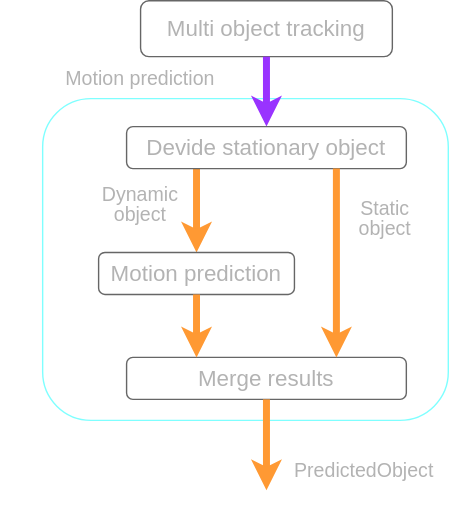
Earlier version of the draw.io export new_perception_proposal/images/motion_prediction.drawio.svg (scepter914/autoware-architecture-proposal). Source tidied: cells renumbered, new cells last; positions are measured from the earlier drawing's top-left corner, leaving out a move shared by most shapes. Its diagram source:
```xml
<mxGraphModel>
  <root>
    <mxCell id="0" />
    <mxCell id="1" parent="0" />
    <mxCell id="2" style="rounded=1;whiteSpace=wrap;html=1;strokeColor=#00FFFF;fillColor=none;fontColor=#B3B3B3;opacity=50;" parent="1" vertex="1">
      <mxGeometry x="30" y="70" width="290" height="230" as="geometry" />
    </mxCell>
    <mxCell id="3" style="endArrow=classic;html=1;strokeColor=#FF9933;exitX=0.25;exitY=1;exitDx=0;exitDy=0;strokeWidth=5;entryX=0.5;entryY=0;entryDx=0;entryDy=0;" parent="1" edge="1" source="11" target="4">
      <mxGeometry relative="1" as="geometry" />
    </mxCell>
    <mxCell id="4" value="&lt;font color=&quot;#b3b3b3&quot;&gt;&lt;span style=&quot;font-size: 16px;&quot;&gt;Motion prediction&lt;/span&gt;&lt;/font&gt;" style="rounded=1;whiteSpace=wrap;html=1;fillColor=none;strokeColor=#666666;" parent="1" vertex="1">
      <mxGeometry x="70" y="180" width="140" height="30" as="geometry" />
    </mxCell>
    <mxCell id="5" value="&lt;p style=&quot;line-height: 100%; font-size: 14px;&quot;&gt;&lt;font style=&quot;font-size: 14px;&quot;&gt;Motion prediction&lt;/font&gt;&lt;/p&gt;" style="text;html=1;strokeColor=none;fillColor=none;align=center;verticalAlign=middle;whiteSpace=wrap;rounded=0;fontSize=14;fontColor=#B3B3B3;" parent="1" vertex="1">
      <mxGeometry y="40" width="200" height="30" as="geometry" />
    </mxCell>
    <mxCell id="6" value="&lt;font color=&quot;#b3b3b3&quot;&gt;&lt;span style=&quot;font-size: 16px;&quot;&gt;Multi object tracking&lt;/span&gt;&lt;/font&gt;" style="rounded=1;whiteSpace=wrap;html=1;fillColor=none;strokeColor=#666666;" parent="1" vertex="1">
      <mxGeometry x="100" width="180" height="40" as="geometry" />
    </mxCell>
    <mxCell id="7" style="endArrow=classic;html=1;strokeColor=#9933FF;strokeWidth=5;exitX=0.5;exitY=1;exitDx=0;exitDy=0;" parent="1" edge="1" source="6" target="11">
      <mxGeometry relative="1" as="geometry" />
    </mxCell>
    <mxCell id="8" value="&lt;font color=&quot;#b3b3b3&quot;&gt;&lt;span style=&quot;font-size: 16px;&quot;&gt;Merge results&lt;/span&gt;&lt;/font&gt;" style="rounded=1;whiteSpace=wrap;html=1;fillColor=none;strokeColor=#666666;" parent="1" vertex="1">
      <mxGeometry x="90" y="255" width="200" height="30" as="geometry" />
    </mxCell>
    <mxCell id="9" value="&lt;p style=&quot;line-height: 100%; font-size: 14px;&quot;&gt;&lt;font style=&quot;font-size: 14px;&quot;&gt;Dynamic object&lt;/font&gt;&lt;/p&gt;" style="text;html=1;strokeColor=none;fillColor=none;align=center;verticalAlign=middle;whiteSpace=wrap;rounded=0;fontSize=14;fontColor=#B3B3B3;" parent="1" vertex="1">
      <mxGeometry x="70" y="130" width="60" height="30" as="geometry" />
    </mxCell>
    <mxCell id="10" value="&lt;p style=&quot;line-height: 100%; font-size: 14px;&quot;&gt;&lt;font style=&quot;font-size: 14px;&quot;&gt;Static object&lt;/font&gt;&lt;/p&gt;" style="text;html=1;strokeColor=none;fillColor=none;align=center;verticalAlign=middle;whiteSpace=wrap;rounded=0;fontSize=14;fontColor=#B3B3B3;" parent="1" vertex="1">
      <mxGeometry x="250" y="140" width="50" height="30" as="geometry" />
    </mxCell>
    <mxCell id="11" value="&lt;span style=&quot;color: rgb(179, 179, 179); font-size: 16px;&quot;&gt;Devide stationary object&lt;/span&gt;" style="rounded=1;whiteSpace=wrap;html=1;fillColor=none;strokeColor=#666666;" parent="1" vertex="1">
      <mxGeometry x="90" y="90" width="200" height="30" as="geometry" />
    </mxCell>
    <mxCell id="12" style="endArrow=classic;html=1;strokeColor=#FF9933;exitX=0.75;exitY=1;exitDx=0;exitDy=0;strokeWidth=5;entryX=0.75;entryY=0;entryDx=0;entryDy=0;" parent="1" edge="1" source="11" target="8">
      <mxGeometry relative="1" as="geometry" />
    </mxCell>
    <mxCell id="13" style="endArrow=classic;html=1;strokeColor=#FF9933;exitX=0.5;exitY=1;exitDx=0;exitDy=0;strokeWidth=5;entryX=0.25;entryY=0;entryDx=0;entryDy=0;" parent="1" edge="1" source="4" target="8">
      <mxGeometry relative="1" as="geometry" />
    </mxCell>
    <mxCell id="14" style="endArrow=classic;html=1;strokeColor=#FF9933;exitX=0.5;exitY=1;exitDx=0;exitDy=0;strokeWidth=5;" parent="1" edge="1" source="8">
      <mxGeometry relative="1" as="geometry">
        <mxPoint x="190" y="350" as="targetPoint" />
      </mxGeometry>
    </mxCell>
    <mxCell id="15" value="&lt;p style=&quot;line-height: 100%; font-size: 14px;&quot;&gt;&lt;font style=&quot;font-size: 14px;&quot;&gt;PredictedObject&lt;/font&gt;&lt;/p&gt;" style="text;html=1;strokeColor=none;fillColor=none;align=center;verticalAlign=middle;whiteSpace=wrap;rounded=0;fontSize=14;fontColor=#B3B3B3;" parent="1" vertex="1">
      <mxGeometry x="230" y="320" width="60" height="30" as="geometry" />
    </mxCell>
  </root>
</mxGraphModel>
```
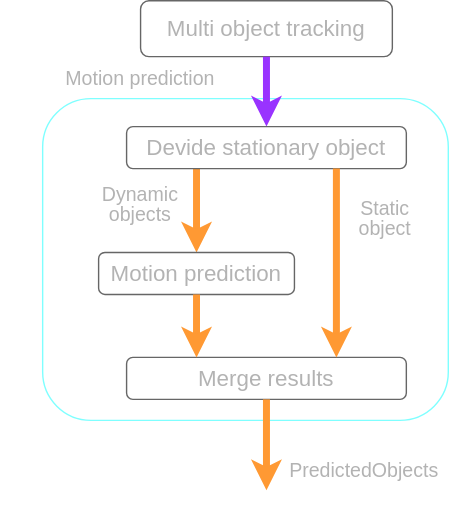
After the commit.

What changed in the source:
```diff
@@ -23,7 +23,7 @@
     <mxCell id="8" value="&lt;font color=&quot;#b3b3b3&quot;&gt;&lt;span style=&quot;font-size: 16px;&quot;&gt;Merge results&lt;/span&gt;&lt;/font&gt;" style="rounded=1;whiteSpace=wrap;html=1;fillColor=none;strokeColor=#666666;" parent="1" vertex="1">
       <mxGeometry x="90" y="255" width="200" height="30" as="geometry" />
     </mxCell>
-    <mxCell id="9" value="&lt;p style=&quot;line-height: 100%; font-size: 14px;&quot;&gt;&lt;font style=&quot;font-size: 14px;&quot;&gt;Dynamic object&lt;/font&gt;&lt;/p&gt;" style="text;html=1;strokeColor=none;fillColor=none;align=center;verticalAlign=middle;whiteSpace=wrap;rounded=0;fontSize=14;fontColor=#B3B3B3;" parent="1" vertex="1">
+    <mxCell id="9" value="&lt;p style=&quot;line-height: 100%; font-size: 14px;&quot;&gt;&lt;font style=&quot;font-size: 14px;&quot;&gt;Dynamic objects&lt;/font&gt;&lt;/p&gt;" style="text;html=1;strokeColor=none;fillColor=none;align=center;verticalAlign=middle;whiteSpace=wrap;rounded=0;fontSize=14;fontColor=#B3B3B3;" parent="1" vertex="1">
       <mxGeometry x="70" y="130" width="60" height="30" as="geometry" />
     </mxCell>
     <mxCell id="10" value="&lt;p style=&quot;line-height: 100%; font-size: 14px;&quot;&gt;&lt;font style=&quot;font-size: 14px;&quot;&gt;Static object&lt;/font&gt;&lt;/p&gt;" style="text;html=1;strokeColor=none;fillColor=none;align=center;verticalAlign=middle;whiteSpace=wrap;rounded=0;fontSize=14;fontColor=#B3B3B3;" parent="1" vertex="1">
@@ -43,7 +43,7 @@
         <mxPoint x="190" y="350" as="targetPoint" />
       </mxGeometry>
     </mxCell>
-    <mxCell id="15" value="&lt;p style=&quot;line-height: 100%; font-size: 14px;&quot;&gt;&lt;font style=&quot;font-size: 14px;&quot;&gt;PredictedObject&lt;/font&gt;&lt;/p&gt;" style="text;html=1;strokeColor=none;fillColor=none;align=center;verticalAlign=middle;whiteSpace=wrap;rounded=0;fontSize=14;fontColor=#B3B3B3;" parent="1" vertex="1">
+    <mxCell id="15" value="&lt;p style=&quot;line-height: 100%; font-size: 14px;&quot;&gt;&lt;font style=&quot;font-size: 14px;&quot;&gt;PredictedObjects&lt;/font&gt;&lt;/p&gt;" style="text;html=1;strokeColor=none;fillColor=none;align=center;verticalAlign=middle;whiteSpace=wrap;rounded=0;fontSize=14;fontColor=#B3B3B3;" parent="1" vertex="1">
       <mxGeometry x="230" y="320" width="60" height="30" as="geometry" />
     </mxCell>
   </root>
```
